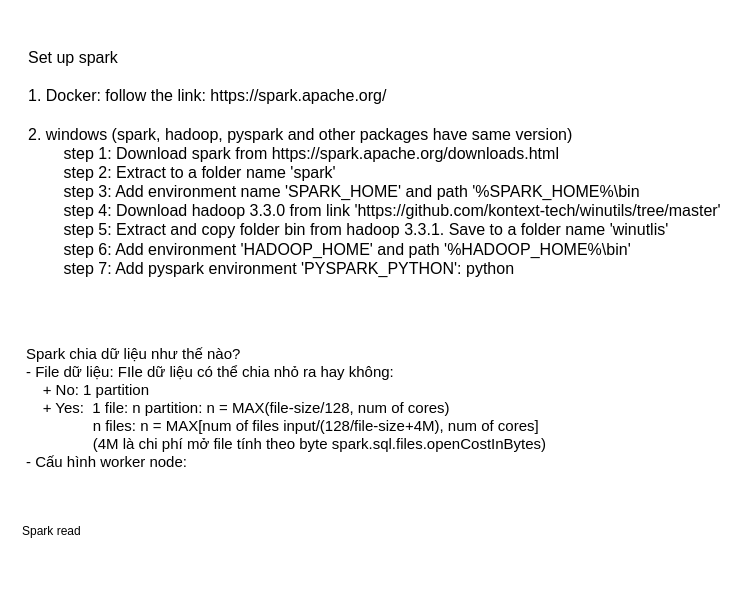
Earlier version of the draw.io diagram spark.drawio (thh6282/draw-in-drawio). Source tidied: cells renumbered, new cells numbered last; positions are measured from the earlier drawing's top-left corner, leaving out a move shared by most shapes. Both pictures are drawn from the tidied source at 100%, with x=0, y=0 at pixel (17, 17).
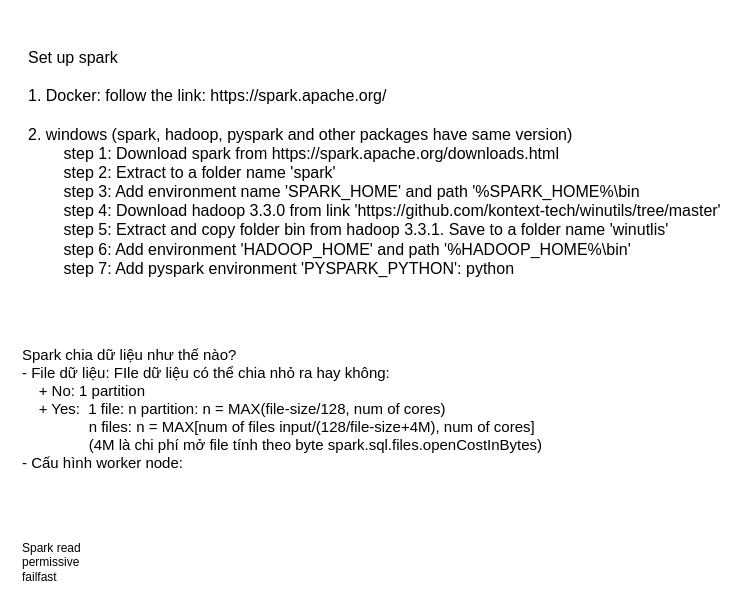
The same diagram, later.

Change to the diagram source:
```diff
@@
 <mxGraphModel>
   <root>
     <mxCell id="0" />
     <mxCell id="1" parent="0" />
     <mxCell id="2" value="Set up spark&lt;div style=&quot;font-size: 16px;&quot;&gt;&lt;br style=&quot;font-size: 16px;&quot;&gt;&lt;/div&gt;&lt;div style=&quot;font-size: 16px;&quot;&gt;1. Docker: follow the link: https://spark.apache.org/&lt;br style=&quot;font-size: 16px;&quot;&gt;&lt;/div&gt;&lt;div style=&quot;font-size: 16px;&quot;&gt;&lt;br style=&quot;font-size: 16px;&quot;&gt;&lt;/div&gt;&lt;div style=&quot;font-size: 16px;&quot;&gt;2. windows (spark, hadoop, pyspark and other packages have same version)&lt;/div&gt;&lt;div style=&quot;font-size: 16px;&quot;&gt;&amp;nbsp;&lt;span style=&quot;white-space: pre; font-size: 16px;&quot;&gt;&#9;&lt;/span&gt;step 1: Download spark from https://spark.apache.org/downloads.html&lt;/div&gt;&lt;div style=&quot;font-size: 16px;&quot;&gt;&lt;span style=&quot;white-space: pre; font-size: 16px;&quot;&gt;&#9;&lt;/span&gt;step 2: Extract to a folder name 'spark'&lt;br style=&quot;font-size: 16px;&quot;&gt;&lt;/div&gt;&lt;div style=&quot;font-size: 16px;&quot;&gt;&lt;span style=&quot;white-space: pre; font-size: 16px;&quot;&gt;&#9;&lt;/span&gt;step 3: Add environment name 'SPARK_HOME' and path '%SPARK_HOME%\bin&amp;nbsp;&lt;br style=&quot;font-size: 16px;&quot;&gt;&lt;/div&gt;&lt;div style=&quot;font-size: 16px;&quot;&gt;&lt;span style=&quot;white-space: pre; font-size: 16px;&quot;&gt;&#9;&lt;/span&gt;step 4: Download hadoop 3.3.0 from link 'https://github.com/kontext-tech/winutils/tree/master'&lt;br style=&quot;font-size: 16px;&quot;&gt;&lt;/div&gt;&lt;div style=&quot;font-size: 16px;&quot;&gt;&lt;span style=&quot;white-space: pre; font-size: 16px;&quot;&gt;&#9;&lt;/span&gt;step 5: Extract and copy folder bin from hadoop 3.3.1. Save to a folder name 'winutlis'&lt;br style=&quot;font-size: 16px;&quot;&gt;&lt;/div&gt;&lt;div style=&quot;font-size: 16px;&quot;&gt;&lt;span style=&quot;white-space: pre; font-size: 16px;&quot;&gt;&#9;&lt;/span&gt;step 6: Add environment 'HADOOP_HOME' and path '%HADOOP_HOME%\bin'&lt;br style=&quot;font-size: 16px;&quot;&gt;&lt;/div&gt;&lt;div style=&quot;font-size: 16px;&quot;&gt;&lt;span style=&quot;white-space: pre; font-size: 16px;&quot;&gt;&#9;&lt;/span&gt;step 7: Add pyspark environment 'PYSPARK_PYTHON': python&lt;/div&gt;&lt;div style=&quot;font-size: 16px;&quot;&gt;&lt;br style=&quot;font-size: 16px;&quot;&gt;&lt;/div&gt;" style="text;html=1;align=left;verticalAlign=middle;whiteSpace=wrap;rounded=0;fontSize=16;spacing=11;spacingTop=0;textShadow=0;labelBorderColor=none;labelBackgroundColor=none;spacingLeft=0;" parent="1" vertex="1">
       <mxGeometry width="714" height="310" as="geometry" />
     </mxCell>
     <mxCell id="3" value="&lt;font style=&quot;font-size: 15px;&quot;&gt;Spark chia dữ liệu như thế nào?&lt;/font&gt;&lt;div style=&quot;font-size: 15px;&quot;&gt;&lt;font style=&quot;font-size: 15px;&quot;&gt;- File dữ liệu: FIle dữ liệu có thể chia nhỏ ra hay không:&lt;/font&gt;&lt;/div&gt;&lt;div style=&quot;font-size: 15px;&quot;&gt;&lt;font style=&quot;font-size: 15px;&quot;&gt;&amp;nbsp; &amp;nbsp; + No: 1 partition&lt;/font&gt;&lt;/div&gt;&lt;div style=&quot;font-size: 15px;&quot;&gt;&lt;font style=&quot;font-size: 15px;&quot;&gt;&amp;nbsp; &amp;nbsp; + Yes:&amp;nbsp; 1 file: n partition: n = MAX(file-size/128, num of cores)&lt;/font&gt;&lt;/div&gt;&lt;div style=&quot;font-size: 15px;&quot;&gt;&lt;font style=&quot;font-size: 15px;&quot;&gt;&amp;nbsp; &amp;nbsp; &amp;nbsp; &amp;nbsp; &amp;nbsp; &amp;nbsp; &amp;nbsp; &amp;nbsp; n files: n = MAX[num of files input/(128/file-size+4M), num of cores]&lt;/font&gt;&lt;/div&gt;&lt;div style=&quot;font-size: 15px;&quot;&gt;&lt;font style=&quot;font-size: 15px;&quot;&gt;&lt;span style=&quot;white-space: pre;&quot;&gt;&#9;&lt;/span&gt;&lt;span style=&quot;white-space: pre;&quot;&gt;&#9;&lt;/span&gt;(4M là chi phí mở file tính theo byte spark.sql.files.openCostInBytes)&lt;br&gt;&lt;/font&gt;&lt;/div&gt;&lt;div style=&quot;font-size: 15px;&quot;&gt;&lt;font style=&quot;font-size: 15px;&quot;&gt;- Cấu hình worker node:&amp;nbsp;&lt;/font&gt;&lt;/div&gt;" style="text;html=1;align=left;verticalAlign=middle;whiteSpace=wrap;rounded=0;" parent="1" vertex="1">
-      <mxGeometry x="7" y="292" width="713" height="196" as="geometry" />
+      <mxGeometry x="3" y="293" width="713" height="196" as="geometry" />
     </mxCell>
-    <mxCell id="4" value="Spark read" style="text;html=1;align=left;verticalAlign=middle;whiteSpace=wrap;rounded=0;" parent="1" vertex="1">
-      <mxGeometry x="3" y="499" width="704" height="30" as="geometry" />
+    <mxCell id="4" value="Spark read&lt;div&gt;permissive&lt;/div&gt;&lt;div&gt;failfast&lt;/div&gt;" style="text;html=1;align=left;verticalAlign=middle;whiteSpace=wrap;rounded=0;" parent="1" vertex="1">
+      <mxGeometry x="3" y="530" width="704" height="30" as="geometry" />
     </mxCell>
   </root>
 </mxGraphModel>
```
